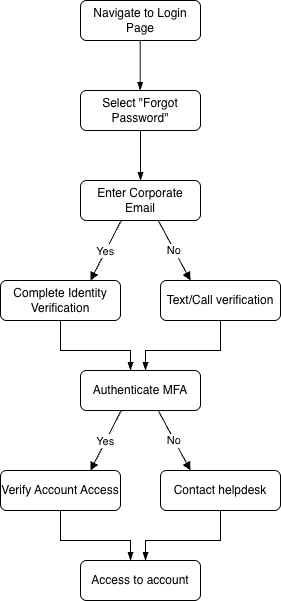
Above: docs/diagrams/password-reset.png in SLH879/TW-Portfolio (draw.io), before the change. Source tidied: cells renumbered, new cells last; positions are measured from the earlier drawing's top-left corner, leaving out a move shared by most shapes.
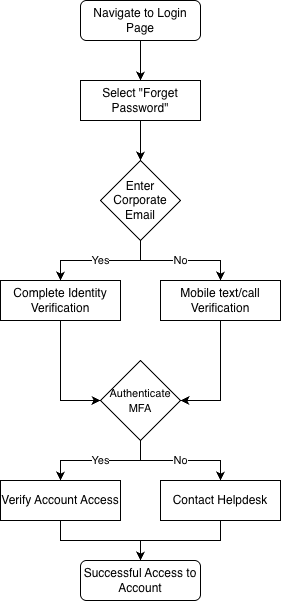
After the commit.

Change to the diagram source:
```diff
@@ -2,104 +2,62 @@
   <root>
     <mxCell id="0" />
     <mxCell id="1" parent="0" />
-    <mxCell id="2" value="No" style="curved=1;startArrow=none;endArrow=block;exitX=0.85;exitY=1;" parent="1" edge="1">
-      <mxGeometry relative="1" as="geometry">
-        <mxPoint x="157.8" y="220" as="sourcePoint" />
-        <mxPoint x="190" y="280" as="targetPoint" />
-      </mxGeometry>
-    </mxCell>
+    <mxCell id="21" style="edgeStyle=orthogonalEdgeStyle;rounded=0;jettySize=auto;html=1;exitX=0.5;exitY=1;exitDx=0;exitDy=0;entryX=0.5;entryY=0;entryDx=0;entryDy=0;" parent="1" edge="1" source="3" target="23">
+      <mxGeometry relative="1" as="geometry" />
+    </mxCell>
     <mxCell id="3" value="&lt;span style=&quot;text-align: left;&quot;&gt;Navigate to Login Page&lt;/span&gt;" style="rounded=1;whiteSpace=wrap;html=1;fontSize=12;glass=0;strokeWidth=1;shadow=0;" parent="1" vertex="1">
-      <mxGeometry x="80" width="120" height="40" as="geometry" />
+      <mxGeometry x="205" y="150" width="120" height="40" as="geometry" />
     </mxCell>
+    <mxCell id="20" value="&lt;span style=&quot;text-align: left;&quot;&gt;Successful Access to Account&lt;/span&gt;" style="rounded=1;whiteSpace=wrap;html=1;fontSize=12;glass=0;strokeWidth=1;shadow=0;" parent="1" vertex="1">
+      <mxGeometry x="205" y="710" width="120" height="40" as="geometry" />
+    </mxCell>
+    <mxCell id="22" style="edgeStyle=orthogonalEdgeStyle;rounded=0;jettySize=auto;html=1;exitX=0.5;exitY=1;exitDx=0;exitDy=0;entryX=0.5;entryY=0;entryDx=0;entryDy=0;" parent="1" edge="1" source="23" target="11">
+      <mxGeometry relative="1" as="geometry" />
+    </mxCell>
+    <mxCell id="23" value="Select &quot;Forget Password&quot;" style="rounded=0;whiteSpace=wrap;html=1;" parent="1" vertex="1">
+      <mxGeometry x="205" y="230" width="120" height="40" as="geometry" />
+    </mxCell>
+    <mxCell id="5" style="edgeStyle=orthogonalEdgeStyle;rounded=0;jettySize=auto;html=1;exitX=0.5;exitY=1;exitDx=0;exitDy=0;entryX=0;entryY=0.5;entryDx=0;entryDy=0;" parent="1" edge="1" source="4" target="6">
+      <mxGeometry relative="1" as="geometry" />
+    </mxCell>
-    <mxCell id="4" value="&lt;span style=&quot;text-align: left;&quot;&gt;Complete Identity Verification&lt;/span&gt;" style="rounded=1;whiteSpace=wrap;html=1;fontSize=12;glass=0;strokeWidth=1;shadow=0;" parent="1" vertex="1">
-      <mxGeometry y="280" width="120" height="40" as="geometry" />
+    <mxCell id="4" value="Complete Identity Verification" style="rounded=0;whiteSpace=wrap;html=1;" parent="1" vertex="1">
+      <mxGeometry x="125" y="430" width="120" height="40" as="geometry" />
     </mxCell>
-    <mxCell id="5" style="rounded=0;html=1;jettySize=auto;fontSize=11;endArrow=blockThin;endFill=1;endSize=6;strokeWidth=1;shadow=0;labelBackgroundColor=none;edgeStyle=orthogonalEdgeStyle;exitX=0.5;exitY=1;exitDx=0;exitDy=0;" parent="1" edge="1" source="4" target="6">
-      <mxGeometry x="0.33" y="20" relative="1" as="geometry">
-        <Array as="points">
-          <mxPoint x="60" y="350" />
-          <mxPoint x="130" y="350" />
-        </Array>
-      </mxGeometry>
-    </mxCell>
+    <mxCell id="24" value="No" style="edgeStyle=orthogonalEdgeStyle;rounded=0;jettySize=auto;html=1;" parent="1" edge="1" source="11" target="27">
+      <mxGeometry relative="1" as="geometry" />
+    </mxCell>
+    <mxCell id="25" value="Yes" style="edgeStyle=orthogonalEdgeStyle;rounded=0;jettySize=auto;html=1;" parent="1" edge="1" source="11" target="4">
+      <mxGeometry relative="1" as="geometry" />
+    </mxCell>
+    <mxCell id="11" value="Enter Corporate Email" style="rhombus;whiteSpace=wrap;html=1;" parent="1" vertex="1">
+      <mxGeometry x="225" y="310" width="80" height="80" as="geometry" />
+    </mxCell>
+    <mxCell id="26" style="edgeStyle=orthogonalEdgeStyle;rounded=0;jettySize=auto;html=1;entryX=1;entryY=0.5;entryDx=0;entryDy=0;" parent="1" edge="1" source="27" target="6">
+      <mxGeometry relative="1" as="geometry" />
+    </mxCell>
+    <mxCell id="27" value="Mobile text/call Verification" style="rounded=0;whiteSpace=wrap;html=1;" parent="1" vertex="1">
+      <mxGeometry x="285" y="430" width="120" height="40" as="geometry" />
+    </mxCell>
+    <mxCell id="28" style="edgeStyle=orthogonalEdgeStyle;rounded=0;jettySize=auto;html=1;exitX=0.5;exitY=1;exitDx=0;exitDy=0;" parent="1" edge="1" source="7" target="20">
+      <mxGeometry relative="1" as="geometry" />
+    </mxCell>
+    <mxCell id="7" value="Verify Account Access" style="rounded=0;whiteSpace=wrap;html=1;" parent="1" vertex="1">
+      <mxGeometry x="125" y="630" width="120" height="40" as="geometry" />
+    </mxCell>
+    <mxCell id="29" style="edgeStyle=orthogonalEdgeStyle;rounded=0;jettySize=auto;html=1;exitX=0.5;exitY=1;exitDx=0;exitDy=0;" parent="1" edge="1" source="30" target="20">
+      <mxGeometry relative="1" as="geometry" />
+    </mxCell>
+    <mxCell id="30" value="Contact Helpdesk" style="rounded=0;whiteSpace=wrap;html=1;" parent="1" vertex="1">
+      <mxGeometry x="285" y="630" width="120" height="40" as="geometry" />
+    </mxCell>
+    <mxCell id="31" value="Yes" style="edgeStyle=orthogonalEdgeStyle;rounded=0;jettySize=auto;html=1;" parent="1" edge="1" source="6" target="7">
+      <mxGeometry relative="1" as="geometry" />
+    </mxCell>
+    <mxCell id="32" value="No" style="edgeStyle=orthogonalEdgeStyle;rounded=0;jettySize=auto;html=1;exitX=0.5;exitY=1;exitDx=0;exitDy=0;" parent="1" edge="1" source="6" target="30">
+      <mxGeometry relative="1" as="geometry" />
+    </mxCell>
-    <mxCell id="6" value="&lt;span style=&quot;text-align: left;&quot;&gt;Authenticate MFA&lt;/span&gt;" style="rounded=1;whiteSpace=wrap;html=1;fontSize=12;glass=0;strokeWidth=1;shadow=0;" parent="1" vertex="1">
-      <mxGeometry x="80" y="370" width="120" height="40" as="geometry" />
+    <mxCell id="6" value="&lt;font style=&quot;font-size: 11px;&quot;&gt;Authenticate MFA&lt;/font&gt;" style="rhombus;whiteSpace=wrap;html=1;" parent="1" vertex="1">
+      <mxGeometry x="225" y="510" width="80" height="80" as="geometry" />
     </mxCell>
-    <mxCell id="7" value="&lt;span style=&quot;text-align: left;&quot;&gt;Verify Account Access&lt;/span&gt;" style="rounded=1;whiteSpace=wrap;html=1;fontSize=12;glass=0;strokeWidth=1;shadow=0;" parent="1" vertex="1">
-      <mxGeometry y="470" width="120" height="40" as="geometry" />
-    </mxCell>
-    <mxCell id="8" value="Text/Call verification" style="rounded=1;whiteSpace=wrap;html=1;fontSize=12;glass=0;strokeWidth=1;shadow=0;" parent="1" vertex="1">
-      <mxGeometry x="160" y="280" width="120" height="40" as="geometry" />
-    </mxCell>
-    <mxCell id="9" value="&lt;span style=&quot;text-align: left;&quot;&gt;Select &quot;Forgot Password&quot;&lt;/span&gt;" style="rounded=1;whiteSpace=wrap;html=1;fontSize=12;glass=0;strokeWidth=1;shadow=0;" parent="1" vertex="1">
-      <mxGeometry x="80" y="90" width="120" height="40" as="geometry" />
-    </mxCell>
-    <mxCell id="10" style="rounded=0;html=1;jettySize=auto;fontSize=11;endArrow=blockThin;endFill=1;endSize=6;strokeWidth=1;shadow=0;labelBackgroundColor=none;edgeStyle=orthogonalEdgeStyle;" parent="1" edge="1" target="11">
-      <mxGeometry x="0.33" y="20" relative="1" as="geometry">
-        <mxPoint x="140" y="130" as="sourcePoint" />
-      </mxGeometry>
-    </mxCell>
-    <mxCell id="11" value="&lt;span style=&quot;text-align: left;&quot;&gt;Enter Corporate Email&lt;/span&gt;" style="rounded=1;whiteSpace=wrap;html=1;fontSize=12;glass=0;strokeWidth=1;shadow=0;" parent="1" vertex="1">
-      <mxGeometry x="80" y="180" width="120" height="40" as="geometry" />
-    </mxCell>
-    <mxCell id="12" value="Contact helpdesk" style="rounded=1;whiteSpace=wrap;html=1;fontSize=12;glass=0;strokeWidth=1;shadow=0;" parent="1" vertex="1">
-      <mxGeometry x="160" y="470" width="120" height="40" as="geometry" />
-    </mxCell>
-    <mxCell id="13" style="rounded=0;html=1;jettySize=auto;orthogonalLoop=1;fontSize=11;endArrow=blockThin;endFill=1;endSize=6;strokeWidth=1;shadow=0;labelBackgroundColor=none;edgeStyle=orthogonalEdgeStyle;" parent="1" edge="1">
-      <mxGeometry x="0.33" y="20" relative="1" as="geometry">
-        <mxPoint x="139.7" y="40" as="sourcePoint" />
-        <mxPoint x="139.7" y="90" as="targetPoint" />
-      </mxGeometry>
-    </mxCell>
-    <mxCell id="14" value="Yes" style="curved=1;startArrow=none;endArrow=block;exitX=0.85;exitY=1;" parent="1" edge="1">
-      <mxGeometry relative="1" as="geometry">
-        <mxPoint x="120.8" y="220" as="sourcePoint" />
-        <mxPoint x="90" y="280" as="targetPoint" />
-      </mxGeometry>
-    </mxCell>
-    <mxCell id="15" style="rounded=0;html=1;jettySize=auto;fontSize=11;endArrow=blockThin;endFill=1;endSize=6;strokeWidth=1;shadow=0;labelBackgroundColor=none;exitX=0.5;exitY=1;exitDx=0;exitDy=0;edgeStyle=orthogonalEdgeStyle;" parent="1" edge="1" target="6">
-      <mxGeometry x="0.33" y="20" relative="1" as="geometry">
-        <mxPoint x="220" y="320" as="sourcePoint" />
-        <Array as="points">
-          <mxPoint x="220" y="350" />
-          <mxPoint x="145" y="350" />
-        </Array>
-      </mxGeometry>
-    </mxCell>
-    <mxCell id="16" value="No" style="curved=1;startArrow=none;endArrow=block;exitX=0.85;exitY=1;endSize=6;startSize=6;" parent="1" edge="1">
-      <mxGeometry relative="1" as="geometry">
-        <mxPoint x="157.8" y="410" as="sourcePoint" />
-        <mxPoint x="190" y="470" as="targetPoint" />
-      </mxGeometry>
-    </mxCell>
-    <mxCell id="17" style="rounded=0;html=1;jettySize=auto;orthogonalLoop=1;fontSize=11;endArrow=blockThin;endFill=1;endSize=6;strokeWidth=1;shadow=0;labelBackgroundColor=none;edgeStyle=orthogonalEdgeStyle;exitX=0.5;exitY=1;exitDx=0;exitDy=0;startSize=6;" parent="1" edge="1">
-      <mxGeometry x="0.33" y="20" relative="1" as="geometry">
-        <mxPoint x="60" y="510" as="sourcePoint" />
-        <mxPoint x="130" y="560" as="targetPoint" />
-        <Array as="points">
-          <mxPoint x="60" y="540" />
-          <mxPoint x="130" y="540" />
-        </Array>
-      </mxGeometry>
-    </mxCell>
-    <mxCell id="18" value="Yes" style="curved=1;startArrow=none;endArrow=block;exitX=0.85;exitY=1;" parent="1" edge="1">
-      <mxGeometry relative="1" as="geometry">
-        <mxPoint x="120.8" y="410" as="sourcePoint" />
-        <mxPoint x="90" y="470" as="targetPoint" />
-      </mxGeometry>
-    </mxCell>
-    <mxCell id="19" style="rounded=0;html=1;jettySize=auto;orthogonalLoop=1;fontSize=11;endArrow=blockThin;endFill=1;endSize=6;strokeWidth=1;shadow=0;labelBackgroundColor=none;exitX=0.5;exitY=1;exitDx=0;exitDy=0;edgeStyle=orthogonalEdgeStyle;startSize=6;" parent="1" edge="1">
-      <mxGeometry x="0.33" y="20" relative="1" as="geometry">
-        <mxPoint x="220" y="510" as="sourcePoint" />
-        <mxPoint x="145" y="560" as="targetPoint" />
-        <Array as="points">
-          <mxPoint x="220" y="540" />
-          <mxPoint x="145" y="540" />
-        </Array>
-      </mxGeometry>
-    </mxCell>
-    <mxCell id="20" value="&lt;span style=&quot;text-align: left;&quot;&gt;Access to account&lt;/span&gt;" style="rounded=1;whiteSpace=wrap;html=1;fontSize=12;glass=0;strokeWidth=1;shadow=0;" parent="1" vertex="1">
-      <mxGeometry x="80" y="560" width="120" height="40" as="geometry" />
-    </mxCell>
   </root>
 </mxGraphModel>
```
